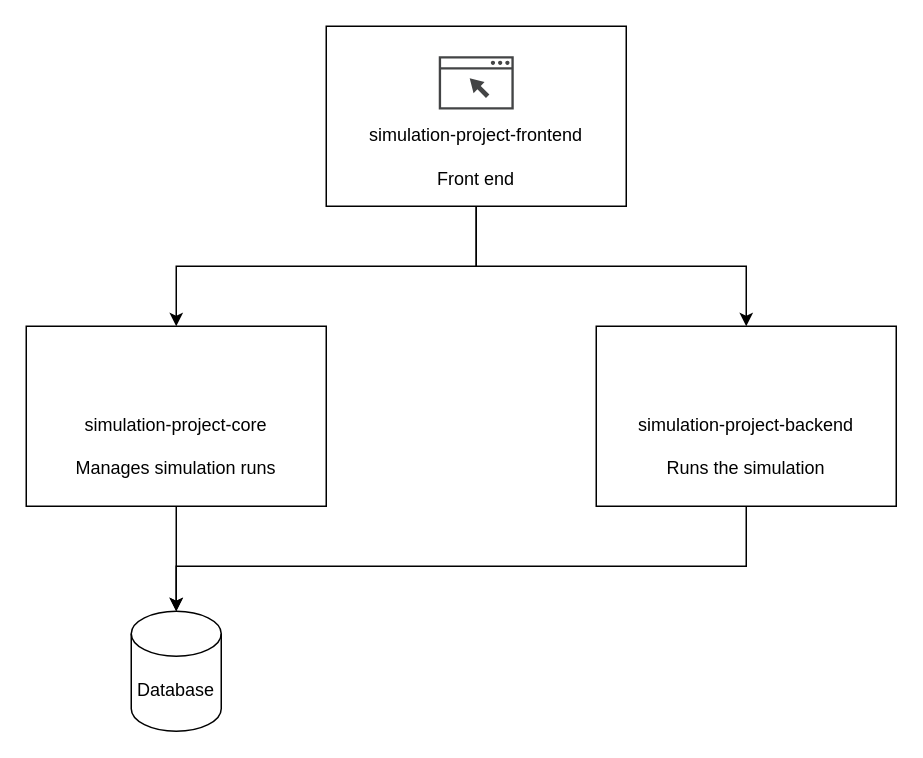
The draw.io diagram frontend/public/docs/Summary_Architecture.drawio in lt-shy-john/simulator-project, before the edit. Source tidied: cells renumbered, new cells numbered last; positions are measured from the earlier drawing's top-left corner, leaving out a move shared by most shapes. Both pictures are drawn from the tidied source at 150%, with x=0, y=0 at pixel (26, 26).
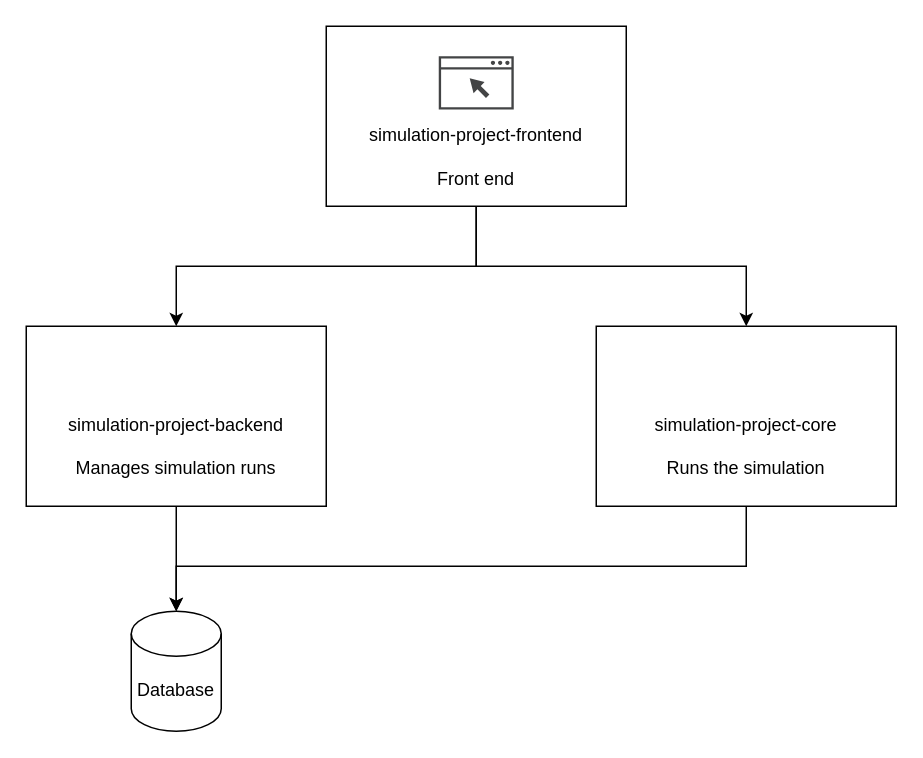
After the change.

Commit message:
Swap the backend names

Diff of the diagram source:
```diff
@@
 <mxGraphModel>
   <root>
     <mxCell id="0" />
     <mxCell id="1" parent="0" />
     <mxCell id="2" style="edgeStyle=orthogonalEdgeStyle;rounded=0;jettySize=auto;html=1;" parent="1" edge="1" source="4" target="7">
       <mxGeometry relative="1" as="geometry" />
     </mxCell>
     <mxCell id="3" style="edgeStyle=orthogonalEdgeStyle;rounded=0;jettySize=auto;html=1;" parent="1" edge="1" source="4" target="9">
       <mxGeometry relative="1" as="geometry" />
     </mxCell>
     <mxCell id="4" value="&lt;div&gt;&lt;br&gt;&lt;/div&gt;&lt;div&gt;simulation-project-frontend&lt;/div&gt;&lt;div&gt;&lt;br&gt;&lt;/div&gt;Front end" style="rounded=0;whiteSpace=wrap;html=1;spacingTop=40;" parent="1" vertex="1">
       <mxGeometry x="200" width="200" height="120" as="geometry" />
     </mxCell>
     <mxCell id="5" style="sketch=0;shadow=0;dashed=0;html=1;strokeColor=none;fillColor=#434445;labelPosition=center;verticalLabelPosition=bottom;verticalAlign=top;align=center;shape=mxgraph.vvd.web_browser;" parent="1" vertex="1">
       <mxGeometry x="275" y="20" width="50" height="35.5" as="geometry" />
     </mxCell>
     <mxCell id="6" style="edgeStyle=orthogonalEdgeStyle;rounded=0;jettySize=auto;html=1;" parent="1" edge="1" source="7" target="10">
       <mxGeometry relative="1" as="geometry" />
     </mxCell>
-    <mxCell id="7" value="simulation-project-core&lt;div&gt;&lt;br&gt;&lt;/div&gt;&lt;div&gt;Manages simulation runs&lt;/div&gt;" style="rounded=0;whiteSpace=wrap;html=1;spacingTop=40;" parent="1" vertex="1">
+    <mxCell id="7" value="simulation-project-backend&lt;div&gt;&lt;br&gt;&lt;/div&gt;&lt;div&gt;Manages simulation runs&lt;/div&gt;" style="rounded=0;whiteSpace=wrap;html=1;spacingTop=40;" parent="1" vertex="1">
       <mxGeometry y="200" width="200" height="120" as="geometry" />
     </mxCell>
     <mxCell id="8" style="edgeStyle=orthogonalEdgeStyle;rounded=0;jettySize=auto;html=1;" parent="1" edge="1" source="9" target="10">
       <mxGeometry relative="1" as="geometry">
         <Array as="points">
           <mxPoint x="480" y="360" />
           <mxPoint x="100" y="360" />
         </Array>
       </mxGeometry>
     </mxCell>
-    <mxCell id="9" value="simulation-project-backend&lt;div&gt;&lt;br&gt;&lt;/div&gt;&lt;div&gt;Runs the simulation&lt;/div&gt;" style="rounded=0;whiteSpace=wrap;html=1;spacingTop=40;" parent="1" vertex="1">
+    <mxCell id="9" value="simulation-project-core&lt;div&gt;&lt;br&gt;&lt;div&gt;Runs the simulation&lt;/div&gt;&lt;/div&gt;" style="rounded=0;whiteSpace=wrap;html=1;spacingTop=40;" parent="1" vertex="1">
       <mxGeometry x="380" y="200" width="200" height="120" as="geometry" />
     </mxCell>
     <mxCell id="10" value="Database" style="shape=cylinder3;whiteSpace=wrap;html=1;boundedLbl=1;backgroundOutline=1;size=15;" parent="1" vertex="1">
       <mxGeometry x="70" y="390" width="60" height="80" as="geometry" />
     </mxCell>
   </root>
 </mxGraphModel>
```
